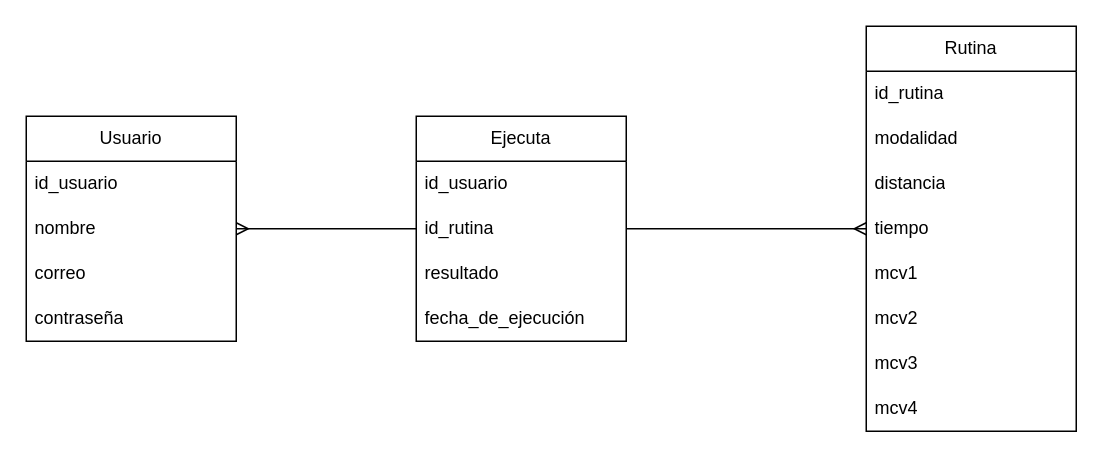
The draw.io diagram document/images/diagram-er.drawio in lcasan/Thesis, before the edit. Source tidied: cells renumbered, new cells numbered last; positions are measured from the earlier drawing's top-left corner, leaving out a move shared by most shapes. Both pictures are drawn from the tidied source at 150%, with x=0, y=0 at pixel (26, 26).
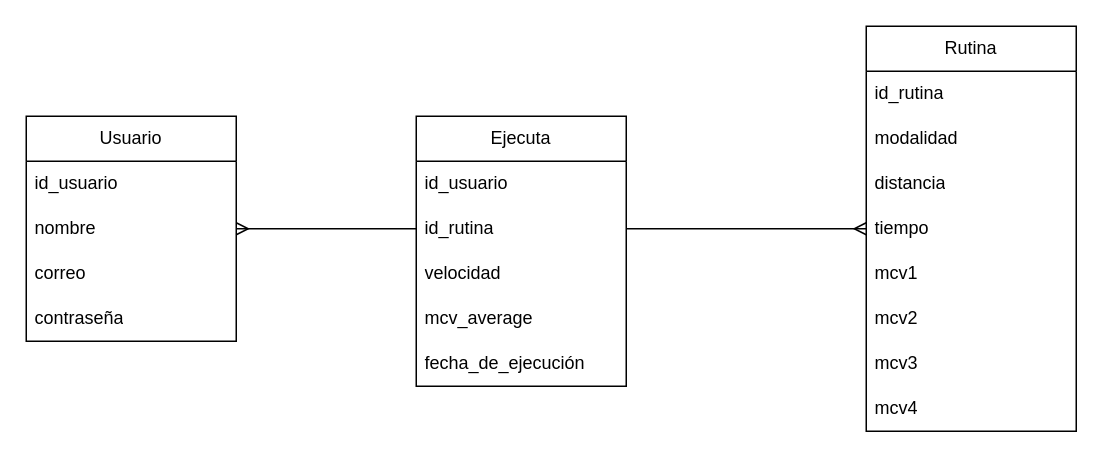
The same diagram, later.

What changed in the source:
```diff
@@
     <mxCell id="16" value="Ejecuta" style="swimlane;fontStyle=0;horizontal=1;startSize=30;whiteSpace=wrap;html=1;" parent="1" vertex="1">
-      <mxGeometry x="260" y="60" width="140" height="150" as="geometry" />
+      <mxGeometry x="260" y="60" width="140" height="180" as="geometry" />
     </mxCell>
@@
-    <mxCell id="19" value="resultado" style="text;strokeColor=none;fillColor=none;align=left;verticalAlign=middle;spacingLeft=4;spacingRight=4;overflow=hidden;whiteSpace=wrap;html=1;" parent="16" vertex="1">
+    <mxCell id="19" value="velocidad" style="text;strokeColor=none;fillColor=none;align=left;verticalAlign=middle;spacingLeft=4;spacingRight=4;overflow=hidden;whiteSpace=wrap;html=1;" parent="16" vertex="1">
       <mxGeometry y="90" width="140" height="30" as="geometry" />
     </mxCell>
+    <mxCell id="23" value="mcv_average" style="text;strokeColor=none;fillColor=none;align=left;verticalAlign=middle;spacingLeft=4;spacingRight=4;overflow=hidden;whiteSpace=wrap;html=1;" parent="16" vertex="1">
+      <mxGeometry y="120" width="140" height="30" as="geometry" />
+    </mxCell>
     <mxCell id="20" value="fecha_de_ejecución" style="text;strokeColor=none;fillColor=none;align=left;verticalAlign=middle;spacingLeft=4;spacingRight=4;overflow=hidden;whiteSpace=wrap;html=1;" parent="16" vertex="1">
-      <mxGeometry y="120" width="140" height="30" as="geometry" />
+      <mxGeometry y="150" width="140" height="30" as="geometry" />
     </mxCell>
```
